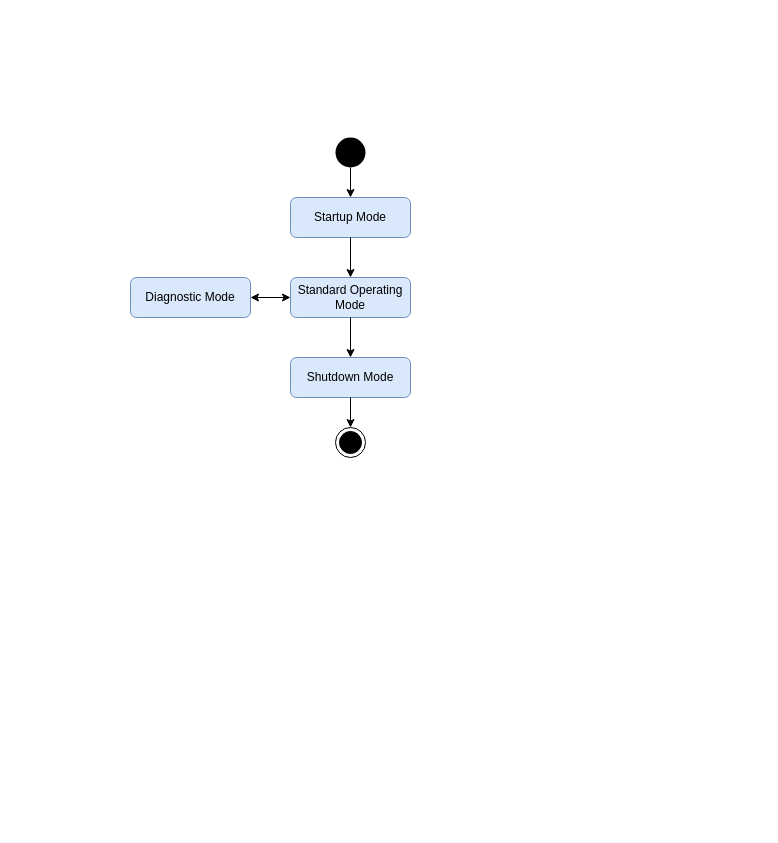
mountaineerman/KCP2 keeps this draw.io diagram as Diagrams/KMegaStateMachine.drawio. Above is the earlier version. Source tidied: cells renumbered, new cells numbered last; positions are measured from the earlier drawing's top-left corner, leaving out a move shared by most shapes. Both pictures are drawn from the tidied source at 100%, with x=0, y=0 at pixel (130, 137).
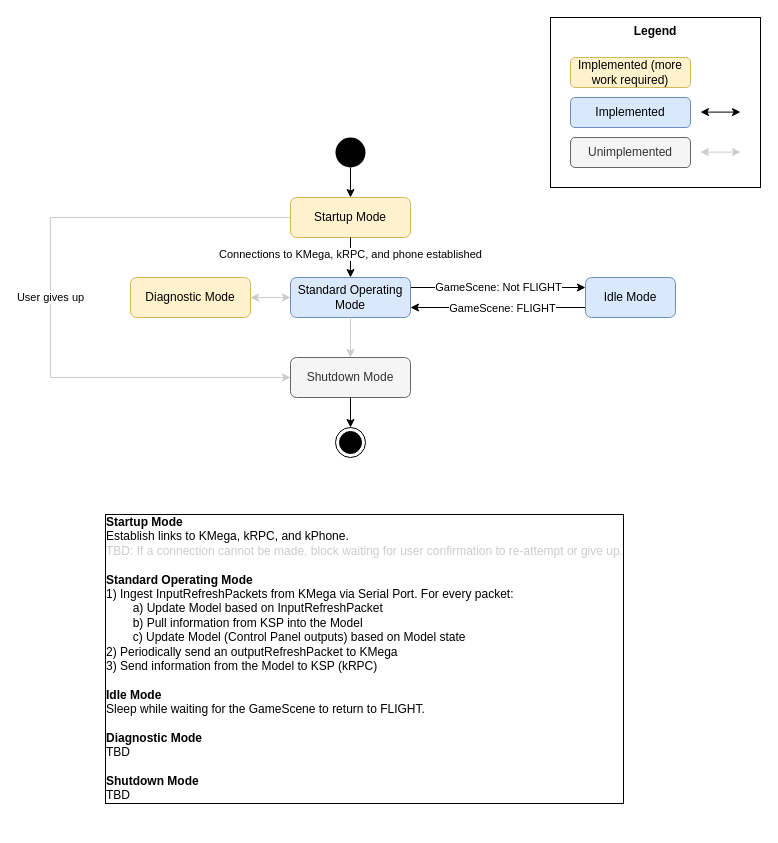
After the change.

Unchanged cells that the change refers to:
```xml
<mxCell id="2" value="Standard Operating Mode" style="rounded=1;whiteSpace=wrap;html=1;fillColor=#dae8fc;strokeColor=#6c8ebf;" parent="1" vertex="1">
  <mxGeometry x="160" y="140" width="120" height="40" as="geometry" />
</mxCell>
<mxCell id="9" style="endArrow=classic;html=1;exitX=0.5;exitY=1;exitDx=0;exitDy=0;entryX=0.5;entryY=0;entryDx=0;entryDy=0;" parent="1" edge="1" source="6" target="2">
  <mxGeometry relative="1" as="geometry" />
</mxCell>
```

Diff of the diagram source:
```diff
@@
+    <mxCell id="13" value="&lt;b&gt;Legend&lt;/b&gt;" style="text;html=1;align=center;verticalAlign=top;whiteSpace=wrap;rounded=0;fillColor=default;strokeColor=default;" parent="1" vertex="1">
+      <mxGeometry x="420" y="-120" width="210" height="170" as="geometry" />
+    </mxCell>
+    <mxCell id="14" value="GameScene: Not FLIGHT" style="edgeStyle=orthogonalEdgeStyle;rounded=0;jettySize=auto;html=1;entryX=0;entryY=0.25;entryDx=0;entryDy=0;exitX=1;exitY=0.25;exitDx=0;exitDy=0;" parent="1" edge="1" source="2" target="25">
+      <mxGeometry relative="1" as="geometry">
+        <Array as="points">
+          <mxPoint x="350" y="150" />
+          <mxPoint x="350" y="150" />
+        </Array>
+      </mxGeometry>
+    </mxCell>
@@
-    <mxCell id="5" value="Diagnostic Mode" style="rounded=1;whiteSpace=wrap;html=1;fillColor=#dae8fc;strokeColor=#6c8ebf;" parent="1" vertex="1">
+    <mxCell id="5" value="Diagnostic Mode" style="rounded=1;whiteSpace=wrap;html=1;fillColor=#fff2cc;strokeColor=#d6b656;" parent="1" vertex="1">
       <mxGeometry y="140" width="120" height="40" as="geometry" />
     </mxCell>
+    <mxCell id="15" value="User gives up" style="edgeStyle=orthogonalEdgeStyle;rounded=0;jettySize=auto;html=1;entryX=0;entryY=0.5;entryDx=0;entryDy=0;strokeColor=#CCCCCC;" parent="1" edge="1" source="6" target="7">
+      <mxGeometry relative="1" as="geometry">
+        <Array as="points">
+          <mxPoint x="-80" y="80" />
+          <mxPoint x="-80" y="240" />
+        </Array>
+      </mxGeometry>
+    </mxCell>
-    <mxCell id="6" value="Startup Mode" style="rounded=1;whiteSpace=wrap;html=1;fillColor=#dae8fc;strokeColor=#6c8ebf;" parent="1" vertex="1">
+    <mxCell id="6" value="Startup Mode" style="rounded=1;whiteSpace=wrap;html=1;fillColor=#fff2cc;strokeColor=#d6b656;" parent="1" vertex="1">
       <mxGeometry x="160" y="60" width="120" height="40" as="geometry" />
     </mxCell>
-    <mxCell id="7" value="Shutdown Mode" style="rounded=1;whiteSpace=wrap;html=1;fillColor=#dae8fc;strokeColor=#6c8ebf;" parent="1" vertex="1">
+    <mxCell id="7" value="Shutdown Mode" style="rounded=1;whiteSpace=wrap;html=1;fillColor=#f5f5f5;strokeColor=#666666;fontColor=#333333;" parent="1" vertex="1">
       <mxGeometry x="160" y="220" width="120" height="40" as="geometry" />
     </mxCell>
@@
+    <mxCell id="16" value="Connections to KMega, kRPC, and phone established" style="edgeLabel;html=1;align=center;verticalAlign=middle;" parent="9" vertex="1">
+      <mxGeometry x="-0.22" y="-1" relative="1" as="geometry" />
+    </mxCell>
-    <mxCell id="10" style="endArrow=classic;html=1;exitX=0.5;exitY=1;exitDx=0;exitDy=0;entryX=0.5;entryY=0;entryDx=0;entryDy=0;" parent="1" edge="1" source="2" target="7">
-      <mxGeometry relative="1" as="geometry" />
+    <mxCell id="10" style="endArrow=classic;html=1;exitX=0.5;exitY=1;exitDx=0;exitDy=0;entryX=0.5;entryY=0;entryDx=0;entryDy=0;strokeColor=#CCCCCC;" parent="1" edge="1" source="2" target="7">
+      <mxGeometry relative="1" as="geometry">
+        <Array as="points">
+          <mxPoint x="220" y="200" />
+        </Array>
+      </mxGeometry>
     </mxCell>
@@
-    <mxCell id="12" style="endArrow=classic;html=1;exitX=0;exitY=0.5;exitDx=0;exitDy=0;entryX=1;entryY=0.5;entryDx=0;entryDy=0;startArrow=classic;startFill=1;" parent="1" edge="1" source="2" target="5">
+    <mxCell id="12" style="endArrow=classic;html=1;exitX=0;exitY=0.5;exitDx=0;exitDy=0;entryX=1;entryY=0.5;entryDx=0;entryDy=0;startArrow=classic;startFill=1;strokeColor=#CCCCCC;" parent="1" edge="1" source="2" target="5">
       <mxGeometry relative="1" as="geometry" />
     </mxCell>
+    <mxCell id="17" value="Implemented" style="rounded=1;whiteSpace=wrap;html=1;fillColor=#dae8fc;strokeColor=#6c8ebf;" parent="1" vertex="1">
+      <mxGeometry x="440" y="-40" width="120" height="30" as="geometry" />
+    </mxCell>
+    <mxCell id="18" value="Implemented (more work required)" style="rounded=1;whiteSpace=wrap;html=1;fillColor=#fff2cc;strokeColor=#d6b656;" parent="1" vertex="1">
+      <mxGeometry x="440" y="-80" width="120" height="30" as="geometry" />
+    </mxCell>
+    <mxCell id="19" value="Unimplemented" style="rounded=1;whiteSpace=wrap;html=1;fillColor=#f5f5f5;strokeColor=#666666;fontColor=#333333;" parent="1" vertex="1">
+      <mxGeometry x="440" width="120" height="30" as="geometry" />
+    </mxCell>
+    <mxCell id="20" value="&lt;b&gt;Startup Mode&lt;/b&gt;&lt;div&gt;Establish links to KMega, kRPC, and kPhone.&lt;/div&gt;&lt;div&gt;&lt;font color=&quot;#cccccc&quot;&gt;TBD: If a connection cannot be made, block waiting for user confirmation to re-attempt or give up.&lt;/font&gt;&lt;/div&gt;&lt;div&gt;&lt;br&gt;&lt;/div&gt;&lt;div&gt;&lt;b&gt;Standard Operating Mode&lt;/b&gt;&lt;/div&gt;&lt;div&gt;&lt;span style=&quot;&quot;&gt;1) Ingest InputRefreshPackets from KMega via Serial Port. For every packet:&lt;/span&gt;&lt;br&gt;&lt;/div&gt;&lt;div&gt;&lt;span style=&quot;&quot;&gt;&lt;span style=&quot;white-space: pre;&quot;&gt;&#9;&lt;/span&gt;a) Update Model based on&amp;nbsp;&lt;/span&gt;&lt;span style=&quot;&quot;&gt;InputRefreshPacket&lt;/span&gt;&lt;span style=&quot;&quot;&gt;&lt;br&gt;&lt;/span&gt;&lt;/div&gt;&lt;div&gt;&lt;span style=&quot;&quot;&gt;&lt;span style=&quot;white-space: pre;&quot;&gt;&#9;&lt;/span&gt;b) Pull information from KSP into the Model&lt;/span&gt;&lt;/div&gt;&lt;div&gt;&lt;span style=&quot;&quot;&gt;&lt;span style=&quot;white-space: pre;&quot;&gt;&#9;&lt;/span&gt;c) Update Model (Control Panel outputs) based on Model state&lt;br&gt;&lt;/span&gt;&lt;/div&gt;&lt;div&gt;2) Periodically send an outputRefreshPacket to KMega&lt;/div&gt;&lt;div&gt;3) Send information from the Model to KSP (kRPC)&lt;/div&gt;&lt;div&gt;&lt;br&gt;&lt;/div&gt;&lt;div&gt;&lt;b&gt;Idle Mode&lt;/b&gt;&lt;/div&gt;&lt;div&gt;Sleep while waiting for the GameScene to return to FLIGHT.&lt;/div&gt;&lt;div&gt;&lt;b&gt;&lt;br&gt;&lt;/b&gt;&lt;/div&gt;&lt;div&gt;&lt;b&gt;Diagnostic Mode&lt;/b&gt;&lt;/div&gt;&lt;div&gt;TBD&lt;/div&gt;&lt;div&gt;&lt;br&gt;&lt;/div&gt;&lt;div&gt;&lt;b&gt;Shutdown Mode&lt;/b&gt;&lt;/div&gt;&lt;div&gt;TBD&lt;/div&gt;" style="text;html=1;align=left;verticalAlign=top;whiteSpace=wrap;rounded=0;labelBackgroundColor=default;labelBorderColor=default;" parent="1" vertex="1">
+      <mxGeometry x="-27" y="370" width="540" height="310" as="geometry" />
+    </mxCell>
+    <mxCell id="21" style="endArrow=classic;html=1;exitX=0;exitY=0.5;exitDx=0;exitDy=0;entryX=1;entryY=0.5;entryDx=0;entryDy=0;startArrow=classic;startFill=1;strokeColor=#CCCCCC;" parent="1" edge="1">
+      <mxGeometry relative="1" as="geometry">
+        <mxPoint x="610" y="14.6" as="sourcePoint" />
+        <mxPoint x="570" y="14.6" as="targetPoint" />
+      </mxGeometry>
+    </mxCell>
+    <mxCell id="22" style="endArrow=classic;html=1;exitX=0;exitY=0.5;exitDx=0;exitDy=0;entryX=1;entryY=0.5;entryDx=0;entryDy=0;startArrow=classic;startFill=1;strokeColor=#000000;" parent="1" edge="1">
+      <mxGeometry relative="1" as="geometry">
+        <mxPoint x="610" y="-25.4" as="sourcePoint" />
+        <mxPoint x="570" y="-25.4" as="targetPoint" />
+      </mxGeometry>
+    </mxCell>
+    <mxCell id="23" style="edgeStyle=orthogonalEdgeStyle;rounded=0;jettySize=auto;html=1;entryX=1;entryY=0.75;entryDx=0;entryDy=0;exitX=0;exitY=0.75;exitDx=0;exitDy=0;" parent="1" edge="1" source="25" target="2">
+      <mxGeometry relative="1" as="geometry" />
+    </mxCell>
+    <mxCell id="24" value="GameScene: FLIGHT" style="edgeLabel;html=1;align=center;verticalAlign=middle;" parent="23" vertex="1">
+      <mxGeometry x="-0.19" relative="1" as="geometry">
+        <mxPoint x="-13" as="offset" />
+      </mxGeometry>
+    </mxCell>
+    <mxCell id="25" value="Idle Mode" style="rounded=1;whiteSpace=wrap;html=1;fillColor=#dae8fc;strokeColor=#6c8ebf;" parent="1" vertex="1">
+      <mxGeometry x="455" y="140" width="90" height="40" as="geometry" />
+    </mxCell>
+    <mxCell id="26" style="edgeStyle=orthogonalEdgeStyle;rounded=0;orthogonalLoop=1;jettySize=auto;html=1;exitX=0.5;exitY=1;exitDx=0;exitDy=0;" parent="1" edge="1" source="20" target="20">
+      <mxGeometry relative="1" as="geometry" />
+    </mxCell>
```
